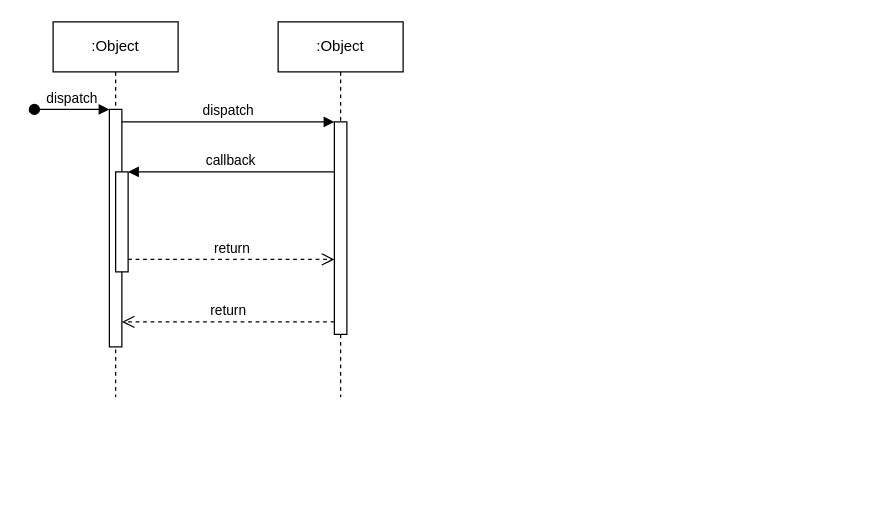
Above: Diagrama sem nome.drawio in ern85/diagramas (draw.io), before the change. Source tidied: cells renumbered, new cells numbered last; positions are measured from the earlier drawing's top-left corner, leaving out a move shared by most shapes. Both pictures are drawn from the tidied source at 125%, with x=0, y=0 at pixel (34, 21).
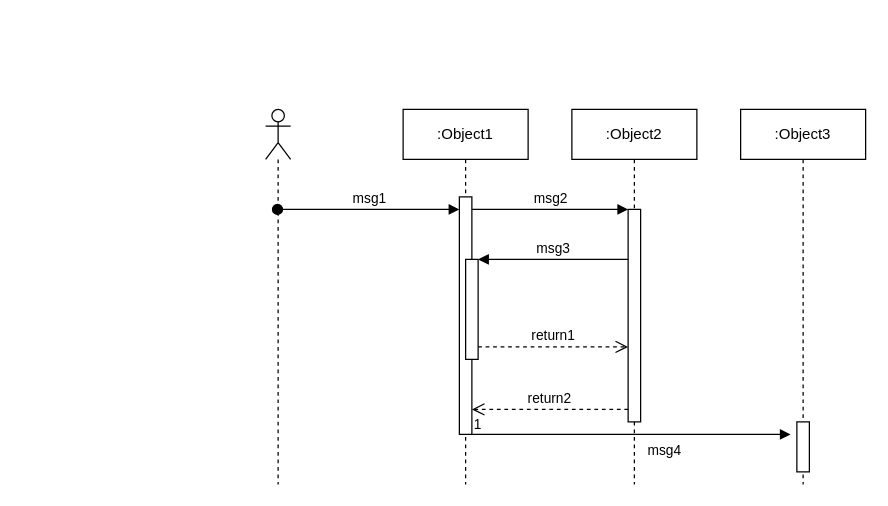
The same page after the edit.

Unchanged cells that the change refers to:
```xml
<mxCell id="3" style="html=1;points=[];perimeter=orthogonalPerimeter;outlineConnect=0;targetShapes=umlLifeline;portConstraint=eastwest;newEdgeStyle={&quot;edgeStyle&quot;:&quot;elbowEdgeStyle&quot;,&quot;elbow&quot;:&quot;vertical&quot;,&quot;curved&quot;:0,&quot;rounded&quot;:0};" parent="2" vertex="1">
  <mxGeometry x="45" y="70" width="10" height="190" as="geometry" />
</mxCell>
<mxCell id="5" style="html=1;points=[];perimeter=orthogonalPerimeter;outlineConnect=0;targetShapes=umlLifeline;portConstraint=eastwest;newEdgeStyle={&quot;edgeStyle&quot;:&quot;elbowEdgeStyle&quot;,&quot;elbow&quot;:&quot;vertical&quot;,&quot;curved&quot;:0,&quot;rounded&quot;:0};" parent="2" vertex="1">
  <mxGeometry x="50" y="120" width="10" height="80" as="geometry" />
</mxCell>
<mxCell id="7" style="html=1;points=[];perimeter=orthogonalPerimeter;outlineConnect=0;targetShapes=umlLifeline;portConstraint=eastwest;newEdgeStyle={&quot;edgeStyle&quot;:&quot;elbowEdgeStyle&quot;,&quot;elbow&quot;:&quot;vertical&quot;,&quot;curved&quot;:0,&quot;rounded&quot;:0};" parent="6" vertex="1">
  <mxGeometry x="45" y="80" width="10" height="170" as="geometry" />
</mxCell>
```

Diff of the diagram source:
```diff
@@
-    <mxCell id="2" value=":Object" style="shape=umlLifeline;perimeter=lifelinePerimeter;whiteSpace=wrap;html=1;newEdgeStyle={&quot;edgeStyle&quot;:&quot;elbowEdgeStyle&quot;,&quot;elbow&quot;:&quot;vertical&quot;,&quot;curved&quot;:0,&quot;rounded&quot;:0};" parent="1" vertex="1">
-      <mxGeometry x="15" width="100" height="300" as="geometry" />
+    <mxCell id="2" value=":Object1" style="shape=umlLifeline;perimeter=lifelinePerimeter;whiteSpace=wrap;html=1;newEdgeStyle={&quot;edgeStyle&quot;:&quot;elbowEdgeStyle&quot;,&quot;elbow&quot;:&quot;vertical&quot;,&quot;curved&quot;:0,&quot;rounded&quot;:0};" parent="1" vertex="1">
+      <mxGeometry x="295" y="70" width="100" height="300" as="geometry" />
     </mxCell>
@@
-    <mxCell id="4" value="dispatch" style="html=1;verticalAlign=bottom;startArrow=oval;endArrow=block;startSize=8;edgeStyle=elbowEdgeStyle;elbow=vertical;curved=0;rounded=0;" parent="2" edge="1" target="3">
-      <mxGeometry relative="1" as="geometry">
-        <mxPoint x="-15" y="70" as="sourcePoint" />
-      </mxGeometry>
-    </mxCell>
@@
-    <mxCell id="6" value=":Object" style="shape=umlLifeline;perimeter=lifelinePerimeter;whiteSpace=wrap;html=1;newEdgeStyle={&quot;edgeStyle&quot;:&quot;elbowEdgeStyle&quot;,&quot;elbow&quot;:&quot;vertical&quot;,&quot;curved&quot;:0,&quot;rounded&quot;:0};" parent="1" vertex="1">
-      <mxGeometry x="195" width="100" height="300" as="geometry" />
+    <mxCell id="6" value=":Object2" style="shape=umlLifeline;perimeter=lifelinePerimeter;whiteSpace=wrap;html=1;newEdgeStyle={&quot;edgeStyle&quot;:&quot;elbowEdgeStyle&quot;,&quot;elbow&quot;:&quot;vertical&quot;,&quot;curved&quot;:0,&quot;rounded&quot;:0};" parent="1" vertex="1">
+      <mxGeometry x="430" y="70" width="100" height="300" as="geometry" />
     </mxCell>
@@
-    <mxCell id="8" value="dispatch" style="html=1;verticalAlign=bottom;endArrow=block;edgeStyle=elbowEdgeStyle;elbow=vertical;curved=0;rounded=0;" parent="1" edge="1" source="3" target="7">
+    <mxCell id="8" value="msg2" style="html=1;verticalAlign=bottom;endArrow=block;edgeStyle=elbowEdgeStyle;elbow=vertical;curved=0;rounded=0;" parent="1" edge="1" source="3" target="7">
       <mxGeometry relative="1" as="geometry">
         <Array as="points">
-          <mxPoint x="155" y="80" />
+          <mxPoint x="390" y="150" />
         </Array>
       </mxGeometry>
     </mxCell>
-    <mxCell id="9" value="return" style="html=1;verticalAlign=bottom;endArrow=open;dashed=1;endSize=8;edgeStyle=elbowEdgeStyle;elbow=vertical;curved=0;rounded=0;" parent="1" edge="1" source="7" target="3">
+    <mxCell id="9" value="return2" style="html=1;verticalAlign=bottom;endArrow=open;dashed=1;endSize=8;edgeStyle=elbowEdgeStyle;elbow=vertical;curved=0;rounded=0;" parent="1" edge="1" source="7" target="3">
       <mxGeometry relative="1" as="geometry">
         <Array as="points">
-          <mxPoint x="165" y="240" />
+          <mxPoint x="400" y="310" />
         </Array>
       </mxGeometry>
     </mxCell>
-    <mxCell id="10" value="callback" style="html=1;verticalAlign=bottom;endArrow=block;edgeStyle=elbowEdgeStyle;elbow=vertical;curved=0;rounded=0;" parent="1" edge="1" source="7" target="5">
+    <mxCell id="10" value="msg3" style="html=1;verticalAlign=bottom;endArrow=block;edgeStyle=elbowEdgeStyle;elbow=vertical;curved=0;rounded=0;" parent="1" edge="1" source="7" target="5">
       <mxGeometry relative="1" as="geometry">
         <Array as="points">
-          <mxPoint x="165" y="120" />
+          <mxPoint x="400" y="190" />
         </Array>
       </mxGeometry>
     </mxCell>
-    <mxCell id="11" value="return" style="html=1;verticalAlign=bottom;endArrow=open;dashed=1;endSize=8;edgeStyle=elbowEdgeStyle;elbow=vertical;curved=0;rounded=0;" parent="1" edge="1" source="5" target="7">
+    <mxCell id="11" value="return1" style="html=1;verticalAlign=bottom;endArrow=open;dashed=1;endSize=8;edgeStyle=elbowEdgeStyle;elbow=vertical;curved=0;rounded=0;" parent="1" edge="1" source="5" target="7">
       <mxGeometry relative="1" as="geometry">
         <Array as="points">
-          <mxPoint x="155" y="190" />
+          <mxPoint x="390" y="260" />
         </Array>
       </mxGeometry>
     </mxCell>
+    <mxCell id="12" style="shape=umlLifeline;perimeter=lifelinePerimeter;whiteSpace=wrap;html=1;outlineConnect=0;portConstraint=eastwest;newEdgeStyle={&quot;edgeStyle&quot;:&quot;elbowEdgeStyle&quot;,&quot;elbow&quot;:&quot;vertical&quot;,&quot;curved&quot;:0,&quot;rounded&quot;:0};participant=umlActor;" parent="1" vertex="1">
+      <mxGeometry x="185" y="70" width="20" height="300" as="geometry" />
+    </mxCell>
+    <mxCell id="4" value="msg1" style="html=1;verticalAlign=bottom;startArrow=oval;endArrow=block;startSize=8;edgeStyle=elbowEdgeStyle;elbow=vertical;curved=0;rounded=0;" parent="1" edge="1" source="12" target="3">
+      <mxGeometry relative="1" as="geometry">
+        <Array as="points">
+          <mxPoint x="275" y="150" />
+        </Array>
+      </mxGeometry>
+    </mxCell>
+    <mxCell id="13" value=":Object3" style="shape=umlLifeline;perimeter=lifelinePerimeter;whiteSpace=wrap;html=1;newEdgeStyle={&quot;edgeStyle&quot;:&quot;elbowEdgeStyle&quot;,&quot;elbow&quot;:&quot;vertical&quot;,&quot;curved&quot;:0,&quot;rounded&quot;:0};" parent="1" vertex="1">
+      <mxGeometry x="565" y="70" width="100" height="300" as="geometry" />
+    </mxCell>
+    <mxCell id="14" style="html=1;perimeter=orthogonalPerimeter;targetShapes=umlLifeline;newEdgeStyle={&quot;edgeStyle&quot;:&quot;elbowEdgeStyle&quot;,&quot;elbow&quot;:&quot;vertical&quot;,&quot;curved&quot;:0,&quot;rounded&quot;:0};" parent="13" vertex="1">
+      <mxGeometry x="45" y="250" width="10" height="40" as="geometry" />
+    </mxCell>
+    <mxCell id="15" value="msg4" style="endArrow=block;endFill=1;html=1;edgeStyle=orthogonalEdgeStyle;align=left;verticalAlign=top;rounded=0;" parent="1" edge="1" source="3">
+      <mxGeometry x="0.09" relative="1" as="geometry">
+        <mxPoint x="605" y="330" as="targetPoint" />
+        <Array as="points">
+          <mxPoint x="425" y="330" />
+          <mxPoint x="425" y="330" />
+        </Array>
+      </mxGeometry>
+    </mxCell>
+    <mxCell id="16" value="1" style="edgeLabel;html=1;align=left;verticalAlign=bottom;" parent="15" vertex="1">
+      <mxGeometry x="-1" relative="1" as="geometry" />
+    </mxCell>
```
